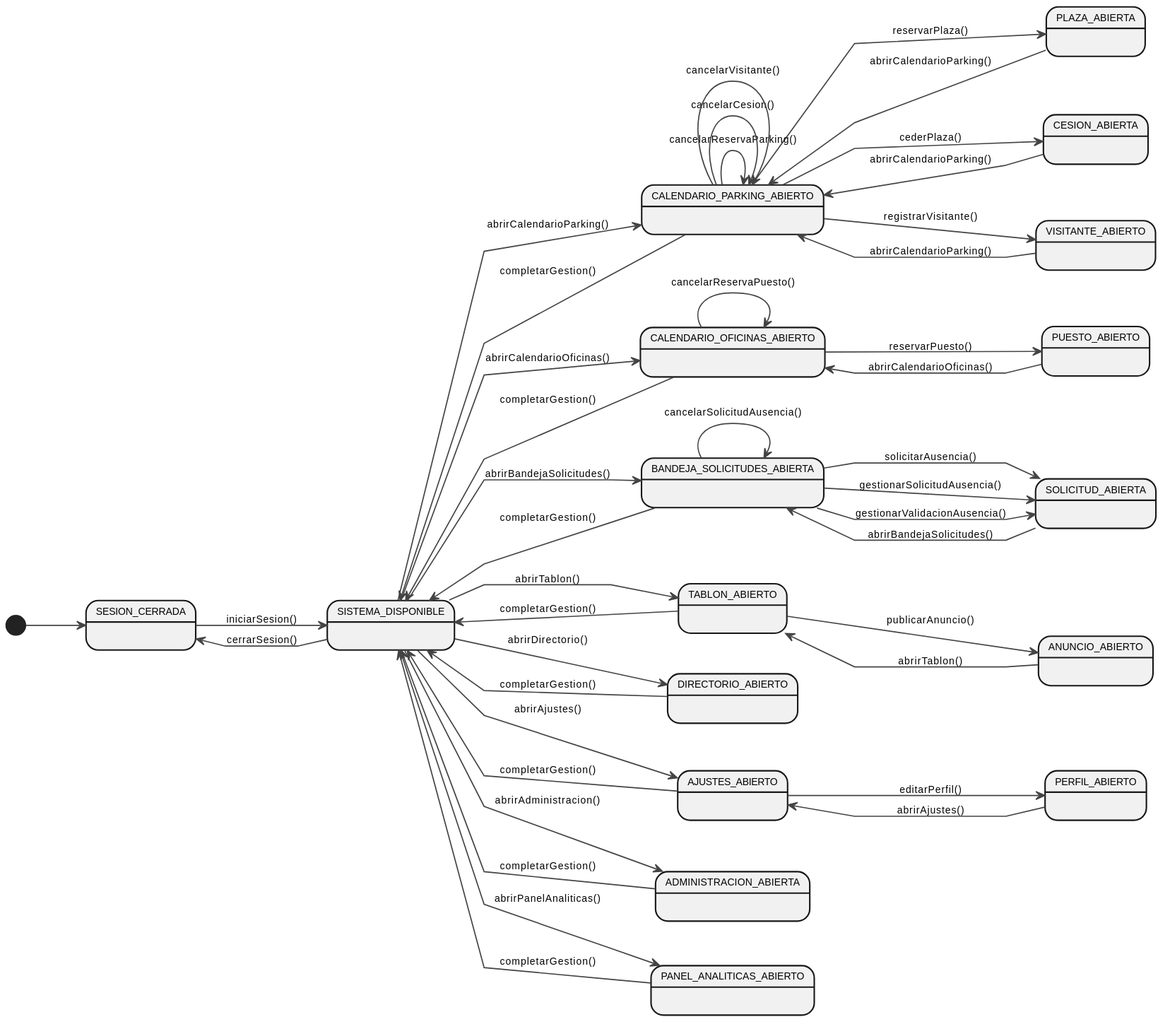
This is modelosUML/svg/contexto.svg from lostal/seven-suite, a PlantUML export, as it was before one commit.
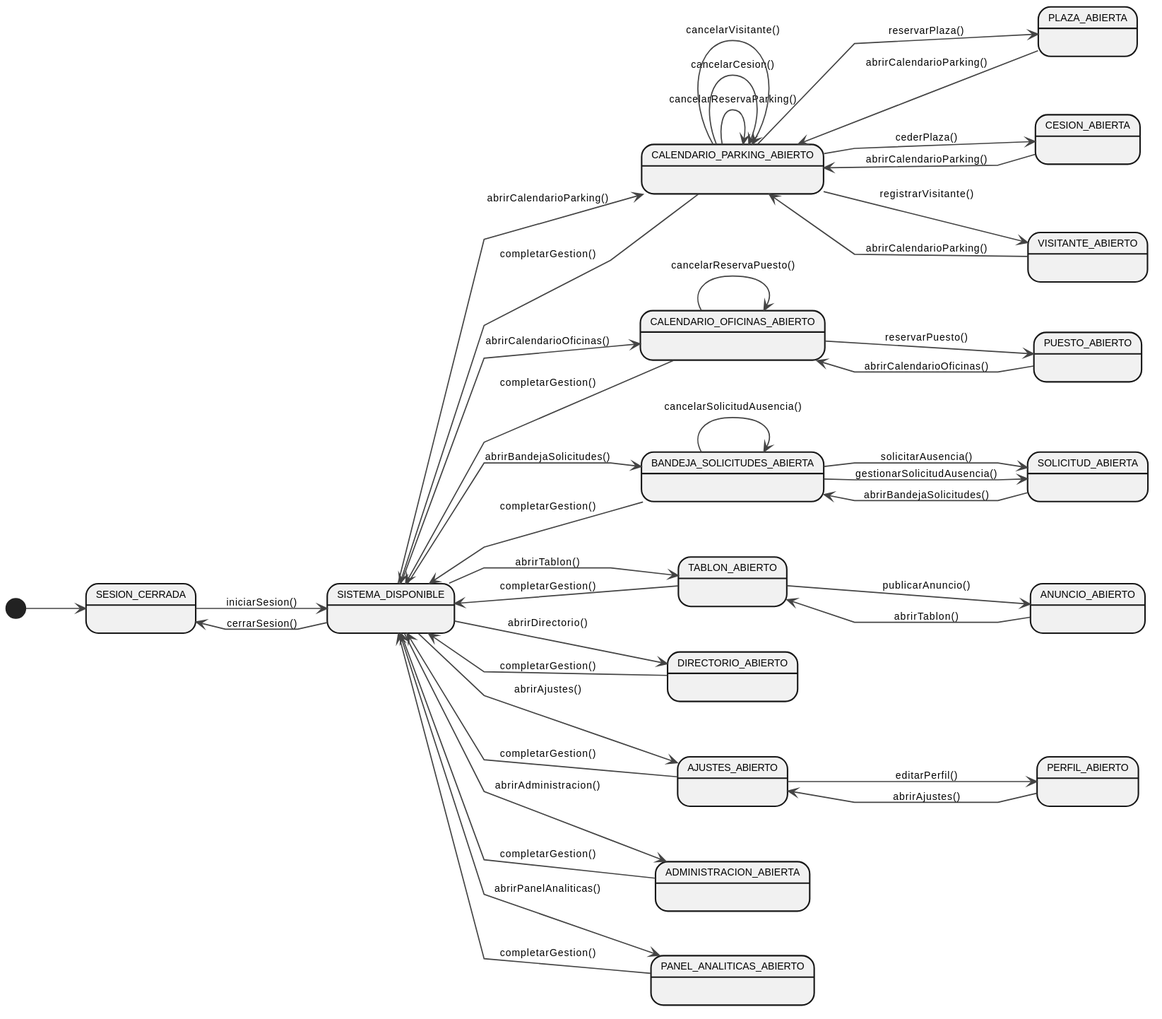
Above is the later version.

What changed in the source:
```diff
@@ -1,4 +1,6 @@
 @startuml
+skinparam backgroundColor #FFFFFF
+
 left to right direction
 skinparam linetype polyline
 skinparam defaultFontName Arial
@@ -58,7 +60,6 @@
 
 Bandeja      --> EditSolicitud  : solicitarAusencia()
 Bandeja      --> EditSolicitud  : gestionarSolicitudAusencia()
-Bandeja      --> EditSolicitud  : gestionarValidacionAusencia()
 Bandeja      --> Bandeja        : cancelarSolicitudAusencia()
 
 EditSolicitud --> Bandeja       : abrirBandejaSolicitudes()
```
